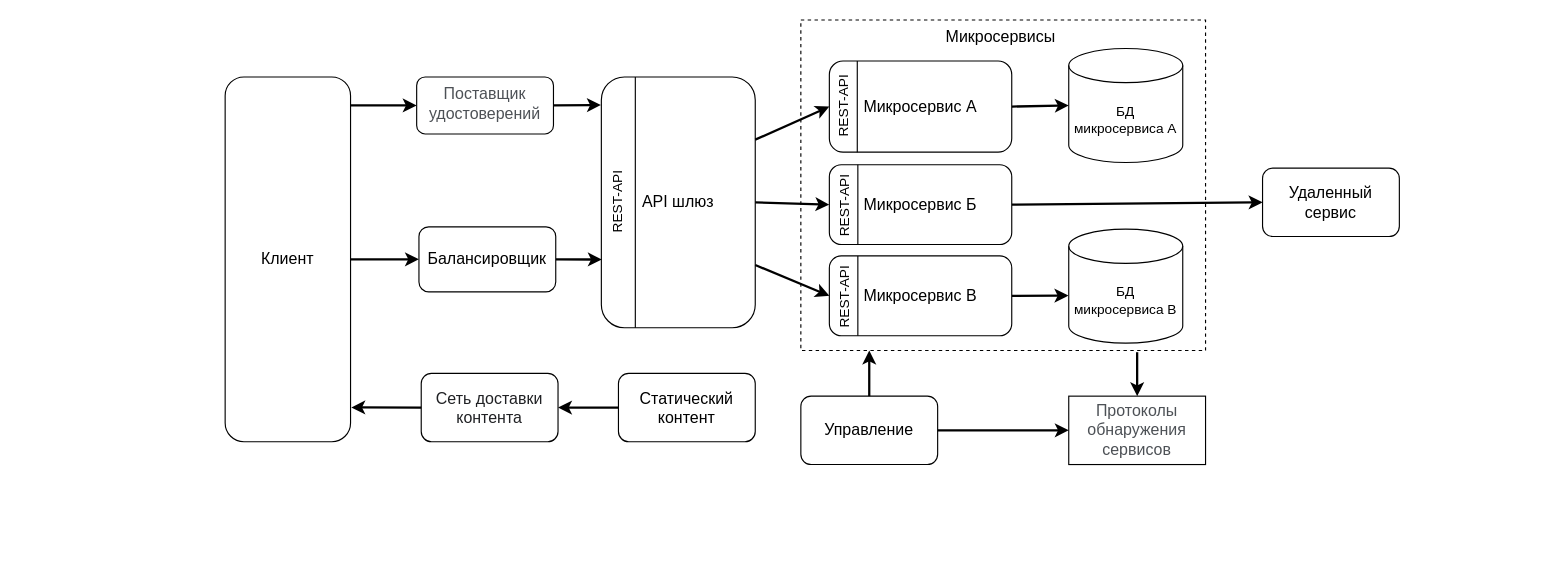
This is page "Рисунок 2" (2 of 2) of Диаграмма без названия.drawio from Vaynbaum/microservices-arc, a draw.io file, before an edit. Source tidied: cells renumbered, new cells numbered last; positions are measured from the earlier drawing's top-left corner, leaving out a move shared by most shapes. Both pictures are drawn from the tidied source at 114%, with x=0, y=0 at pixel (225, 19).
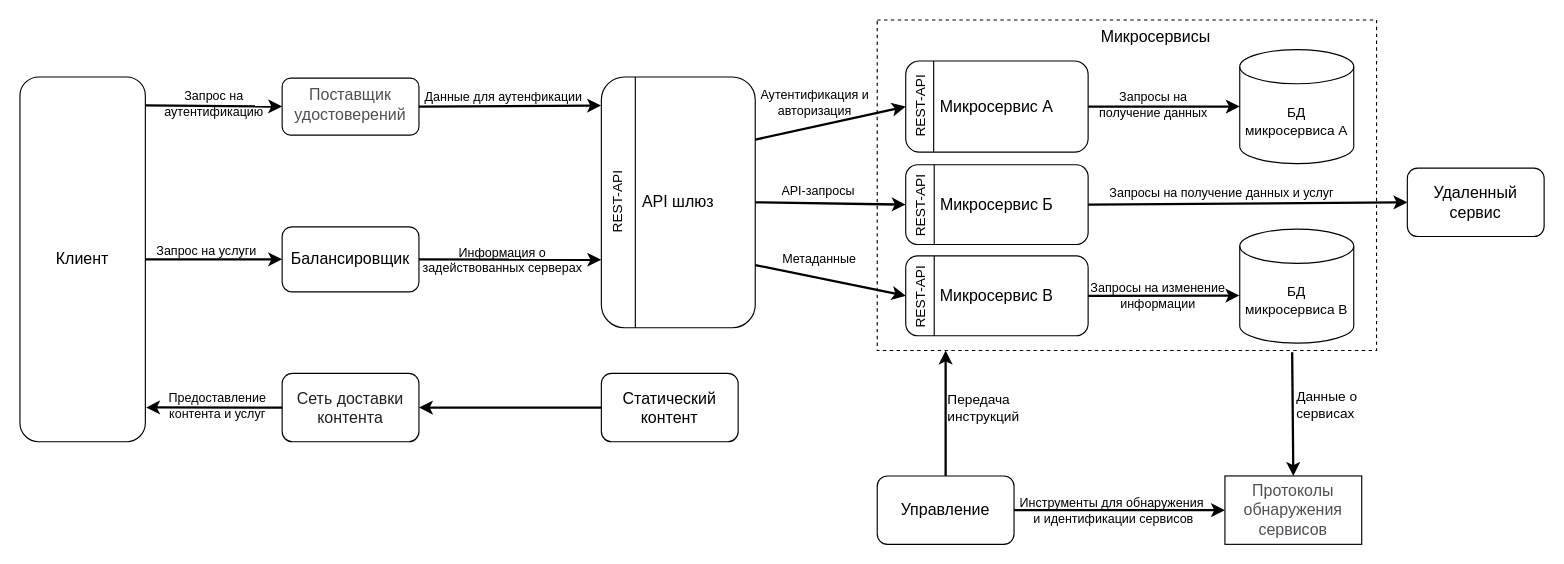
The same diagram, later.

The change refers to these unchanged cells:
```xml
<mxCell id="5" style="endArrow=classic;html=1;rounded=0;fontFamily=Helvetica;fontSize=14;exitX=0;exitY=0.5;exitDx=0;exitDy=0;strokeWidth=2;entryX=1.006;entryY=0.906;entryDx=0;entryDy=0;entryPerimeter=0;strokeColor=#000000;" parent="1" edge="1" source="4" target="3">
  <mxGeometry relative="1" as="geometry" />
</mxCell>
<mxCell id="9" value="API шлюз" style="rounded=1;whiteSpace=wrap;html=1;fontFamily=Helvetica;fontSize=14;strokeColor=#000000;" parent="1" vertex="1">
  <mxGeometry x="330" y="50" width="135" height="220" as="geometry" />
</mxCell>
<mxCell id="13" style="endArrow=classic;html=1;rounded=0;fontFamily=Helvetica;fontSize=14;entryX=0;entryY=0.5;entryDx=0;entryDy=0;exitX=1;exitY=0.078;exitDx=0;exitDy=0;exitPerimeter=0;strokeWidth=2;strokeColor=#000000;" parent="1" edge="1" source="3" target="11">
  <mxGeometry relative="1" as="geometry" />
</mxCell>
<mxCell id="14" style="endArrow=classic;html=1;rounded=0;fontFamily=Helvetica;fontSize=14;entryX=0;entryY=0.5;entryDx=0;entryDy=0;exitX=1;exitY=0.5;exitDx=0;exitDy=0;strokeWidth=2;strokeColor=#000000;" parent="1" edge="1" source="38" target="15">
  <mxGeometry relative="1" as="geometry" />
</mxCell>
<mxCell id="17" style="endArrow=classic;html=1;rounded=0;fontFamily=Helvetica;fontSize=14;entryX=0;entryY=0.5;entryDx=0;entryDy=0;exitX=1;exitY=0.25;exitDx=0;exitDy=0;strokeWidth=2;strokeColor=#000000;" parent="1" edge="1" source="9" target="34">
  <mxGeometry relative="1" as="geometry" />
</mxCell>
<mxCell id="18" style="endArrow=classic;html=1;rounded=0;fontFamily=Helvetica;fontSize=14;entryX=0;entryY=0.5;entryDx=0;entryDy=0;exitX=1;exitY=0.5;exitDx=0;exitDy=0;strokeWidth=2;strokeColor=#000000;" parent="1" edge="1" source="9" target="38">
  <mxGeometry relative="1" as="geometry" />
</mxCell>
<mxCell id="19" style="endArrow=classic;html=1;rounded=0;fontFamily=Helvetica;fontSize=14;entryX=0;entryY=0.5;entryDx=0;entryDy=0;exitX=1;exitY=0.75;exitDx=0;exitDy=0;strokeWidth=2;strokeColor=#000000;" parent="1" edge="1" source="9" target="42">
  <mxGeometry relative="1" as="geometry" />
</mxCell>
<mxCell id="23" style="endArrow=classic;html=1;rounded=0;fontFamily=Helvetica;fontSize=14;exitX=1;exitY=0.5;exitDx=0;exitDy=0;strokeWidth=2;strokeColor=#000000;entryX=0;entryY=0.5;entryDx=0;entryDy=0;" parent="1" edge="1" source="20" target="21">
  <mxGeometry relative="1" as="geometry" />
</mxCell>
<mxCell id="26" style="endArrow=classic;html=1;rounded=0;fontFamily=Helvetica;fontSize=14;entryX=0;entryY=0.5;entryDx=0;entryDy=0;strokeWidth=2;exitX=1;exitY=0.5;exitDx=0;exitDy=0;strokeColor=#000000;endFill=1;" parent="1" edge="1" source="3" target="25">
  <mxGeometry relative="1" as="geometry" />
</mxCell>
<mxCell id="28" style="endArrow=classic;html=1;rounded=0;fontFamily=Helvetica;fontSize=14;strokeWidth=2;strokeColor=#000000;entryX=-0.003;entryY=0.583;entryDx=0;entryDy=0;exitX=1;exitY=0.5;exitDx=0;exitDy=0;entryPerimeter=0;" parent="1" edge="1" source="42" target="30">
  <mxGeometry relative="1" as="geometry" />
</mxCell>
<mxCell id="29" style="endArrow=classic;html=1;rounded=0;fontFamily=Helvetica;fontSize=14;strokeWidth=2;strokeColor=#000000;entryX=0;entryY=0.5;entryDx=0;entryDy=0;exitX=1;exitY=0.5;exitDx=0;exitDy=0;entryPerimeter=0;" parent="1" edge="1" source="34" target="27">
  <mxGeometry relative="1" as="geometry" />
</mxCell>
```

Change to the diagram source:
```diff
@@
     <mxCell id="2" style="rounded=0;whiteSpace=wrap;html=1;fontFamily=Helvetica;fontSize=14;labelBackgroundColor=none;fontColor=none;noLabel=1;dashed=1;strokeColor=#000000;" parent="1" vertex="1">
-      <mxGeometry x="505" width="355" height="290" as="geometry" />
+      <mxGeometry x="572" width="438" height="290" as="geometry" />
     </mxCell>
     <mxCell id="3" value="&lt;font style=&quot;font-size: 14px;&quot;&gt;Клиент&lt;/font&gt;" style="rounded=1;whiteSpace=wrap;html=1;fontFamily=Helvetica;strokeColor=#000000;" parent="1" vertex="1">
-      <mxGeometry y="50" width="110" height="320" as="geometry" />
+      <mxGeometry x="-180" y="50" width="110" height="320" as="geometry" />
     </mxCell>
     <mxCell id="4" value="&lt;span style=&quot;color: rgb(32, 33, 36); text-align: start; background-color: rgb(255, 255, 255);&quot;&gt;&lt;font style=&quot;font-size: 14px;&quot;&gt;Сеть доставки контента&lt;/font&gt;&lt;/span&gt;" style="rounded=1;whiteSpace=wrap;html=1;fontFamily=Helvetica;strokeColor=#000000;" parent="1" vertex="1">
-      <mxGeometry x="172" y="310" width="120" height="60" as="geometry" />
+      <mxGeometry x="50" y="310" width="120" height="60" as="geometry" />
     </mxCell>
@@
+    <mxCell id="45" value="Предоставление &lt;br&gt;контента и услуг" style="edgeLabel;html=1;align=center;verticalAlign=middle;labelBackgroundColor=none;" parent="5" vertex="1">
+      <mxGeometry x="0.31" y="-1" relative="1" as="geometry">
+        <mxPoint x="20" as="offset" />
+      </mxGeometry>
+    </mxCell>
     <mxCell id="6" value="Статический контент" style="rounded=1;whiteSpace=wrap;html=1;fontFamily=Helvetica;fontSize=14;strokeColor=#000000;" parent="1" vertex="1">
-      <mxGeometry x="345" y="310" width="120" height="60" as="geometry" />
+      <mxGeometry x="330" y="310" width="120" height="60" as="geometry" />
     </mxCell>
@@
     <mxCell id="8" style="endArrow=classic;html=1;rounded=0;fontFamily=Helvetica;fontSize=14;exitX=0;exitY=0.5;exitDx=0;exitDy=0;entryX=1;entryY=0.5;entryDx=0;entryDy=0;strokeWidth=2;strokeColor=#000000;" parent="1" edge="1" source="6" target="4">
-      <mxGeometry relative="1" as="geometry" />
+      <mxGeometry relative="1" as="geometry">
+        <Array as="points">
+          <mxPoint x="260" y="340" />
+        </Array>
+      </mxGeometry>
     </mxCell>
@@
-    <mxCell id="10" style="endArrow=classic;html=1;rounded=0;fontFamily=Helvetica;fontSize=14;entryX=0.003;entryY=0.728;entryDx=0;entryDy=0;strokeWidth=2;exitX=1;exitY=0.5;exitDx=0;exitDy=0;entryPerimeter=0;strokeColor=#000000;startArrow=none;" parent="1" edge="1" source="25" target="9">
+    <mxCell id="10" style="endArrow=classic;html=1;rounded=0;fontFamily=Helvetica;fontSize=14;entryX=-0.001;entryY=0.729;entryDx=0;entryDy=0;strokeWidth=2;exitX=1;exitY=0.5;exitDx=0;exitDy=0;strokeColor=#000000;startArrow=none;entryPerimeter=0;" parent="1" edge="1" source="25" target="9">
       <mxGeometry relative="1" as="geometry" />
     </mxCell>
+    <mxCell id="46" value="Информация о &lt;br&gt;задействованных серверах" style="edgeLabel;html=1;align=center;verticalAlign=middle;labelBackgroundColor=none;" parent="10" vertex="1">
+      <mxGeometry x="-0.43" y="1" relative="1" as="geometry">
+        <mxPoint x="26" y="1" as="offset" />
+      </mxGeometry>
+    </mxCell>
     <mxCell id="11" value="&lt;span style=&quot;color: rgb(77, 81, 86); font-family: arial, sans-serif; font-size: 14px; font-style: normal; font-variant-ligatures: normal; font-variant-caps: normal; font-weight: 400; letter-spacing: normal; orphans: 2; text-align: left; text-indent: 0px; text-transform: none; widows: 2; word-spacing: 0px; -webkit-text-stroke-width: 0px; background-color: rgb(255, 255, 255); text-decoration-thickness: initial; text-decoration-style: initial; text-decoration-color: initial; float: none; display: inline !important;&quot;&gt;Поставщик удостоверений&lt;/span&gt;" style="rounded=1;whiteSpace=wrap;html=1;fontFamily=Helvetica;fontSize=14;verticalAlign=top;strokeColor=#000000;" parent="1" vertex="1">
-      <mxGeometry x="168" y="50" width="120" height="50" as="geometry" />
+      <mxGeometry x="50" y="51" width="120" height="50" as="geometry" />
     </mxCell>
-    <mxCell id="12" style="endArrow=classic;html=1;rounded=0;fontFamily=Helvetica;fontSize=14;entryX=-0.003;entryY=0.112;entryDx=0;entryDy=0;entryPerimeter=0;exitX=1;exitY=0.5;exitDx=0;exitDy=0;strokeWidth=2;strokeColor=#000000;" parent="1" edge="1" source="11" target="9">
+    <mxCell id="12" style="endArrow=classic;html=1;rounded=0;fontFamily=Helvetica;fontSize=14;entryX=-0.002;entryY=0.114;entryDx=0;entryDy=0;entryPerimeter=0;exitX=1;exitY=0.5;exitDx=0;exitDy=0;strokeWidth=2;strokeColor=#000000;" parent="1" edge="1" source="11" target="9">
       <mxGeometry relative="1" as="geometry" />
     </mxCell>
+    <mxCell id="47" value="Данные для аутенфикации" style="edgeLabel;html=1;align=center;verticalAlign=middle;labelBackgroundColor=none;" parent="12" vertex="1">
+      <mxGeometry x="-0.64" y="1" relative="1" as="geometry">
+        <mxPoint x="45" y="-7" as="offset" />
+      </mxGeometry>
+    </mxCell>
@@
+    <mxCell id="48" value="Запрос на &lt;br&gt;аутентификацию" style="edgeLabel;html=1;align=center;verticalAlign=middle;labelBackgroundColor=none;" parent="13" vertex="1">
+      <mxGeometry x="-0.29" y="-1" relative="1" as="geometry">
+        <mxPoint x="17" y="-3" as="offset" />
+      </mxGeometry>
+    </mxCell>
@@
+    <mxCell id="49" value="Запросы на получение данных и услуг" style="edgeLabel;html=1;align=center;verticalAlign=middle;labelBackgroundColor=none;" parent="14" vertex="1">
+      <mxGeometry x="-0.77" y="-3" relative="1" as="geometry">
+        <mxPoint x="84" y="-13" as="offset" />
+      </mxGeometry>
+    </mxCell>
     <mxCell id="15" value="Удаленный сервис" style="rounded=1;whiteSpace=wrap;html=1;fontFamily=Helvetica;fontSize=14;strokeColor=#000000;" parent="1" vertex="1">
-      <mxGeometry x="910" y="130" width="120" height="60" as="geometry" />
+      <mxGeometry x="1037" y="130" width="120" height="60" as="geometry" />
     </mxCell>
     <mxCell id="16" value="Микросервисы" style="text;html=1;align=center;verticalAlign=middle;strokeColor=none;fillColor=none;fontSize=14;fontFamily=Helvetica;fontColor=none;" parent="1" vertex="1">
-      <mxGeometry x="620" width="120" height="30" as="geometry" />
+      <mxGeometry x="756" width="120" height="30" as="geometry" />
     </mxCell>
@@
+    <mxCell id="50" value="Аутентификация&amp;nbsp;и&lt;br style=&quot;border-color: var(--border-color);&quot;&gt;авторизация" style="edgeLabel;html=1;align=center;verticalAlign=middle;labelBackgroundColor=none;" parent="17" vertex="1">
+      <mxGeometry x="-0.58" relative="1" as="geometry">
+        <mxPoint x="24" y="-26" as="offset" />
+      </mxGeometry>
+    </mxCell>
@@
+    <mxCell id="51" value="API-запросы" style="edgeLabel;html=1;align=center;verticalAlign=middle;labelBackgroundColor=none;" parent="18" vertex="1">
+      <mxGeometry x="-0.16" y="-2" relative="1" as="geometry">
+        <mxPoint y="-13" as="offset" />
+      </mxGeometry>
+    </mxCell>
@@
+    <mxCell id="52" value="Метаданные" style="edgeLabel;html=1;align=center;verticalAlign=middle;labelBackgroundColor=none;" parent="19" vertex="1">
+      <mxGeometry x="-0.58" y="-1" relative="1" as="geometry">
+        <mxPoint x="28" y="-12" as="offset" />
+      </mxGeometry>
+    </mxCell>
     <mxCell id="20" value="Управление" style="rounded=1;whiteSpace=wrap;html=1;labelBackgroundColor=none;fontFamily=Helvetica;fontSize=14;fontColor=none;strokeColor=#000000;" parent="1" vertex="1">
-      <mxGeometry x="505" y="330" width="120" height="60" as="geometry" />
+      <mxGeometry x="572" y="400" width="120" height="60" as="geometry" />
     </mxCell>
     <mxCell id="21" value="&lt;span style=&quot;font-family: arial, sans-serif; text-align: left; background-color: rgb(255, 255, 255);&quot;&gt;&lt;font color=&quot;#4d5156&quot;&gt;Протоколы обнаружения сервисов&lt;/font&gt;&lt;/span&gt;" style="rounded=0;whiteSpace=wrap;html=1;labelBackgroundColor=none;fontFamily=Helvetica;fontSize=14;fontColor=none;strokeColor=#000000;" parent="1" vertex="1">
-      <mxGeometry x="740" y="330" width="120" height="60" as="geometry" />
+      <mxGeometry x="877" y="400" width="120" height="60" as="geometry" />
     </mxCell>
     <mxCell id="22" style="endArrow=classic;html=1;rounded=0;fontFamily=Helvetica;fontSize=14;exitX=0.5;exitY=0;exitDx=0;exitDy=0;strokeWidth=2;strokeColor=#000000;" parent="1" edge="1" source="20">
       <mxGeometry relative="1" as="geometry">
-        <mxPoint x="565" y="290" as="targetPoint" />
+        <mxPoint x="632" y="290" as="targetPoint" />
       </mxGeometry>
     </mxCell>
@@
+    <mxCell id="53" value="Инструменты для обнаружения&amp;nbsp;&lt;br&gt;и идентификации&amp;nbsp;сервисов" style="edgeLabel;html=1;align=center;verticalAlign=middle;labelBackgroundColor=none;" parent="23" vertex="1">
+      <mxGeometry x="-0.67" y="3" relative="1" as="geometry">
+        <mxPoint x="55" y="3" as="offset" />
+      </mxGeometry>
+    </mxCell>
@@
     <mxCell id="25" value="Балансировщик" style="rounded=1;whiteSpace=wrap;html=1;fontFamily=Helvetica;fontSize=14;strokeColor=#000000;" parent="1" vertex="1">
-      <mxGeometry x="170" y="181.5" width="120" height="57" as="geometry" />
+      <mxGeometry x="50" y="181.5" width="120" height="57" as="geometry" />
     </mxCell>
@@
+    <mxCell id="54" value="Запрос на услуги&amp;nbsp;" style="edgeLabel;html=1;align=center;verticalAlign=middle;labelBackgroundColor=none;" parent="26" vertex="1">
+      <mxGeometry x="-0.32" y="3" relative="1" as="geometry">
+        <mxPoint x="13" y="-5" as="offset" />
+      </mxGeometry>
+    </mxCell>
     <mxCell id="27" value="БД&lt;br&gt;микросервиса А" style="shape=cylinder3;whiteSpace=wrap;html=1;boundedLbl=1;backgroundOutline=1;size=15;" parent="1" vertex="1">
-      <mxGeometry x="740" y="25" width="100" height="100" as="geometry" />
+      <mxGeometry x="890" y="26" width="100" height="100" as="geometry" />
     </mxCell>
@@
+    <mxCell id="55" value="Запросы на изменение &lt;br&gt;информации" style="edgeLabel;html=1;align=center;verticalAlign=middle;labelBackgroundColor=none;" parent="28" vertex="1">
+      <mxGeometry x="-0.55" y="2" relative="1" as="geometry">
+        <mxPoint x="31" y="2" as="offset" />
+      </mxGeometry>
+    </mxCell>
@@
+    <mxCell id="56" value="Запросы на &lt;br&gt;получение данных" style="edgeLabel;html=1;align=center;verticalAlign=middle;labelBackgroundColor=none;" parent="29" vertex="1">
+      <mxGeometry x="-0.59" y="-2" relative="1" as="geometry">
+        <mxPoint x="29" y="-4" as="offset" />
+      </mxGeometry>
+    </mxCell>
     <mxCell id="30" value="БД&lt;br&gt;микросервиса В" style="shape=cylinder3;whiteSpace=wrap;html=1;boundedLbl=1;backgroundOutline=1;size=15;" parent="1" vertex="1">
-      <mxGeometry x="740" y="183.5" width="100" height="100" as="geometry" />
+      <mxGeometry x="890" y="183.5" width="100" height="100" as="geometry" />
     </mxCell>
@@
     <mxCell id="33" style="group;" parent="1" vertex="1">
-      <mxGeometry x="528" y="36" width="162" height="80" as="geometry" />
+      <mxGeometry x="595" y="36" width="162" height="80" as="geometry" />
     </mxCell>
@@
     <mxCell id="37" style="group;" parent="1" vertex="1">
-      <mxGeometry x="528" y="123.5" width="162" height="80" as="geometry" />
+      <mxGeometry x="595" y="123.5" width="162" height="80" as="geometry" />
     </mxCell>
@@
     <mxCell id="41" style="group;" parent="1" vertex="1">
-      <mxGeometry x="528" y="203.5" width="162" height="80" as="geometry" />
+      <mxGeometry x="595" y="203.5" width="162" height="80" as="geometry" />
     </mxCell>
@@
+    <mxCell id="57" value="Передача инструкций" style="text;html=1;strokeColor=none;fillColor=none;align=left;verticalAlign=middle;whiteSpace=wrap;rounded=0;" parent="1" vertex="1">
+      <mxGeometry x="632" y="320" width="88" height="40" as="geometry" />
+    </mxCell>
+    <mxCell id="58" value="Данные о &lt;br&gt;сервисах" style="text;html=1;strokeColor=none;fillColor=none;align=left;verticalAlign=middle;whiteSpace=wrap;rounded=0;" parent="1" vertex="1">
+      <mxGeometry x="938" y="318" width="112" height="40" as="geometry" />
+    </mxCell>
```
